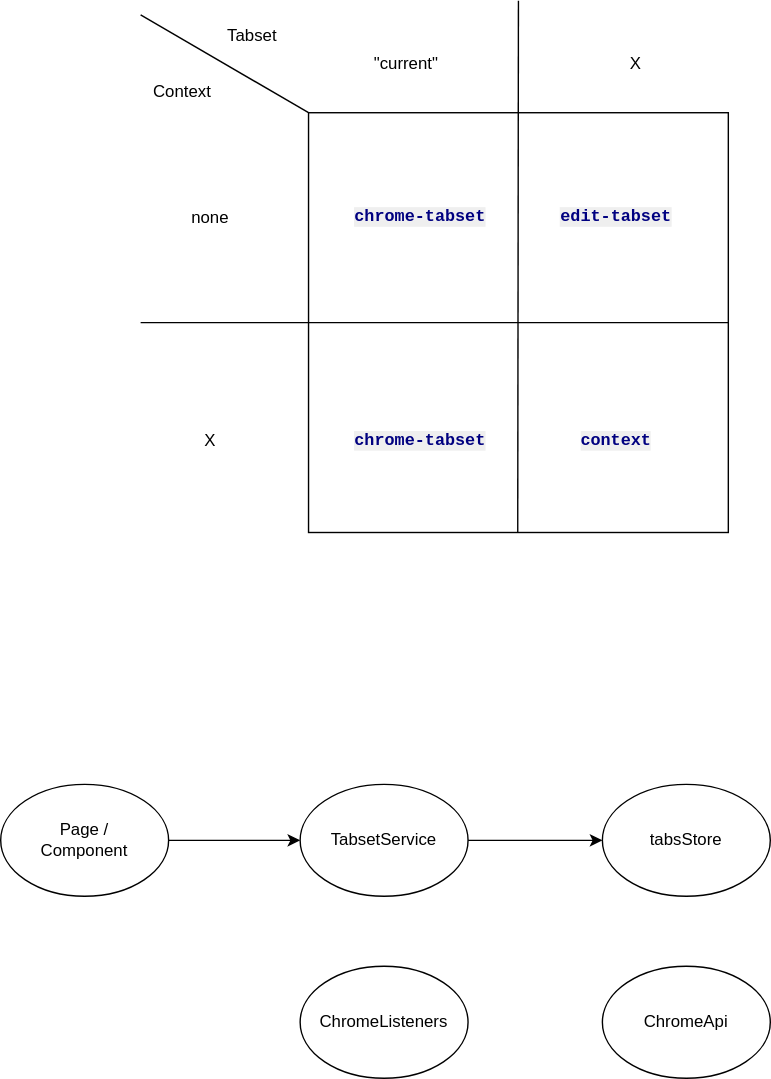
Before: docs/overview.svg, a diagram exported from draw.io (evandor/tabsets). Source tidied: cells renumbered, new cells last; positions are measured from the earlier drawing's top-left corner, leaving out a move shared by most shapes.
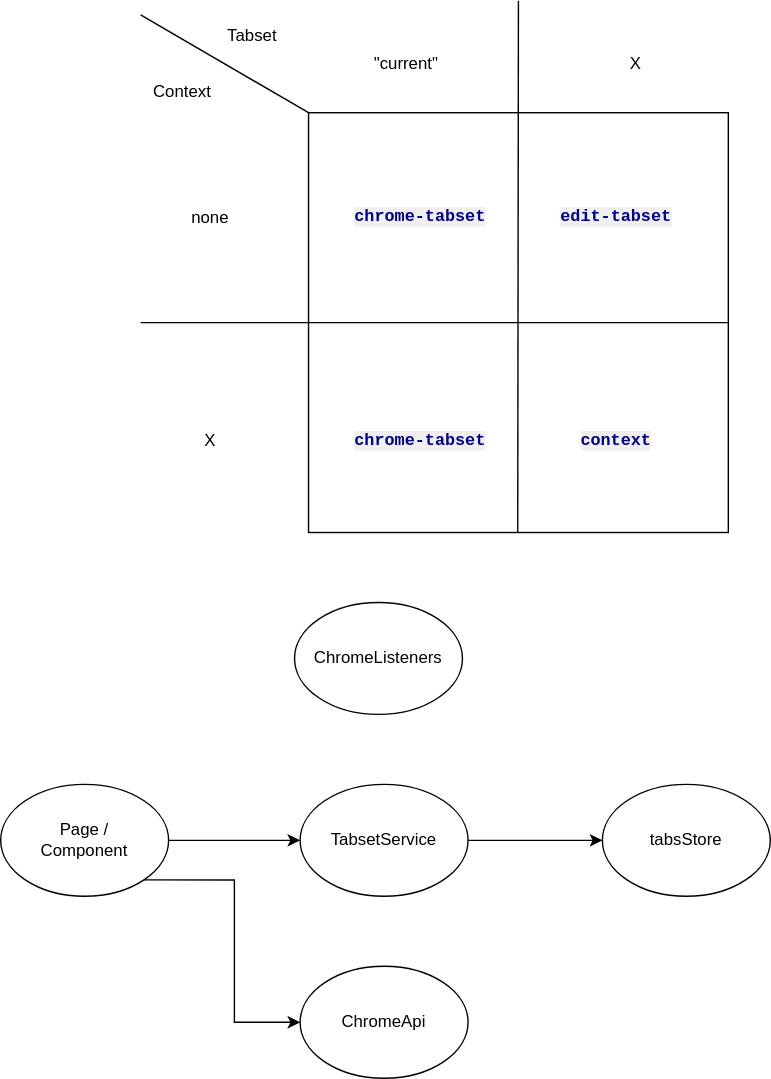
Above is the later version.

What changed in the source:
```diff
@@ -54,6 +54,9 @@
     <mxCell id="16" style="edgeStyle=orthogonalEdgeStyle;rounded=0;jettySize=auto;html=1;" parent="1" edge="1" source="17" target="19">
       <mxGeometry relative="1" as="geometry" />
     </mxCell>
+    <mxCell id="23" style="edgeStyle=orthogonalEdgeStyle;rounded=0;jettySize=auto;html=1;exitX=1;exitY=1;exitDx=0;exitDy=0;entryX=0;entryY=0.5;entryDx=0;entryDy=0;" parent="1" edge="1" source="17" target="22">
+      <mxGeometry relative="1" as="geometry" />
+    </mxCell>
     <mxCell id="17" value="Page /&lt;br&gt;Component" style="ellipse;whiteSpace=wrap;html=1;" parent="1" vertex="1">
       <mxGeometry y="560" width="120" height="80" as="geometry" />
     </mxCell>
@@ -67,10 +70,10 @@
       <mxGeometry x="430" y="560" width="120" height="80" as="geometry" />
     </mxCell>
     <mxCell id="21" value="ChromeListeners" style="ellipse;whiteSpace=wrap;html=1;" parent="1" vertex="1">
-      <mxGeometry x="214" y="690" width="120" height="80" as="geometry" />
+      <mxGeometry x="210" y="430" width="120" height="80" as="geometry" />
     </mxCell>
     <mxCell id="22" value="ChromeApi" style="ellipse;whiteSpace=wrap;html=1;" parent="1" vertex="1">
-      <mxGeometry x="430" y="690" width="120" height="80" as="geometry" />
+      <mxGeometry x="214" y="690" width="120" height="80" as="geometry" />
     </mxCell>
   </root>
 </mxGraphModel>
```
